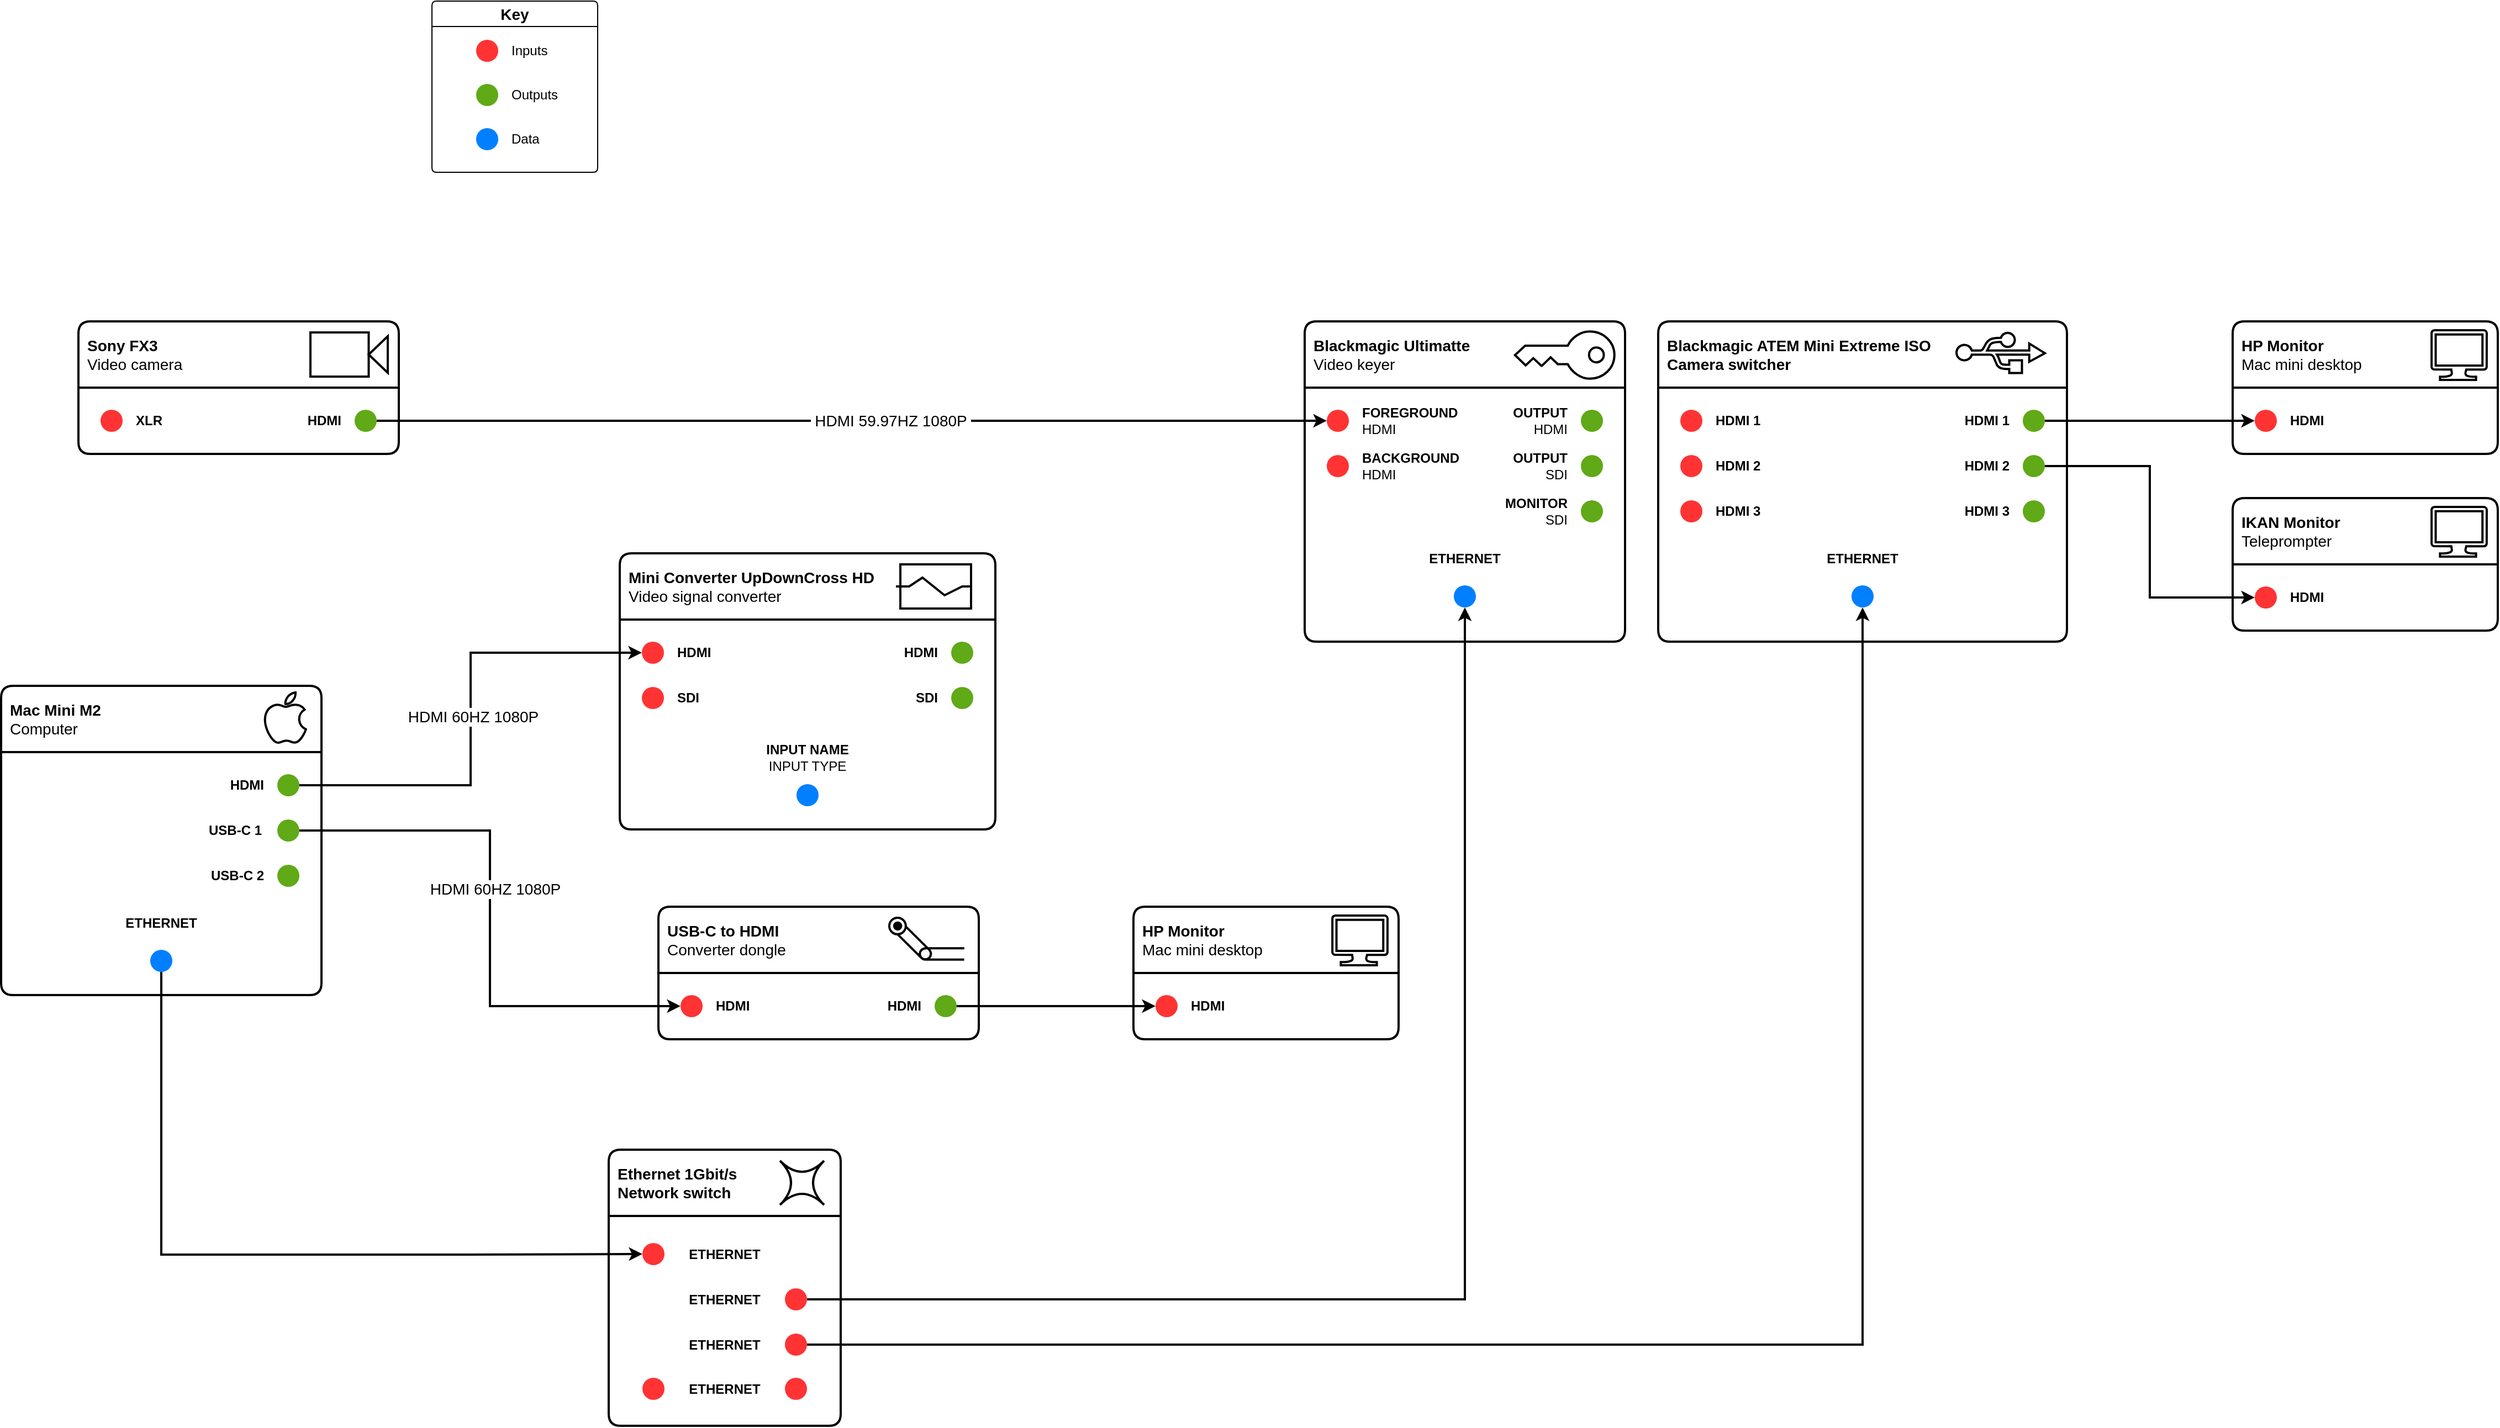
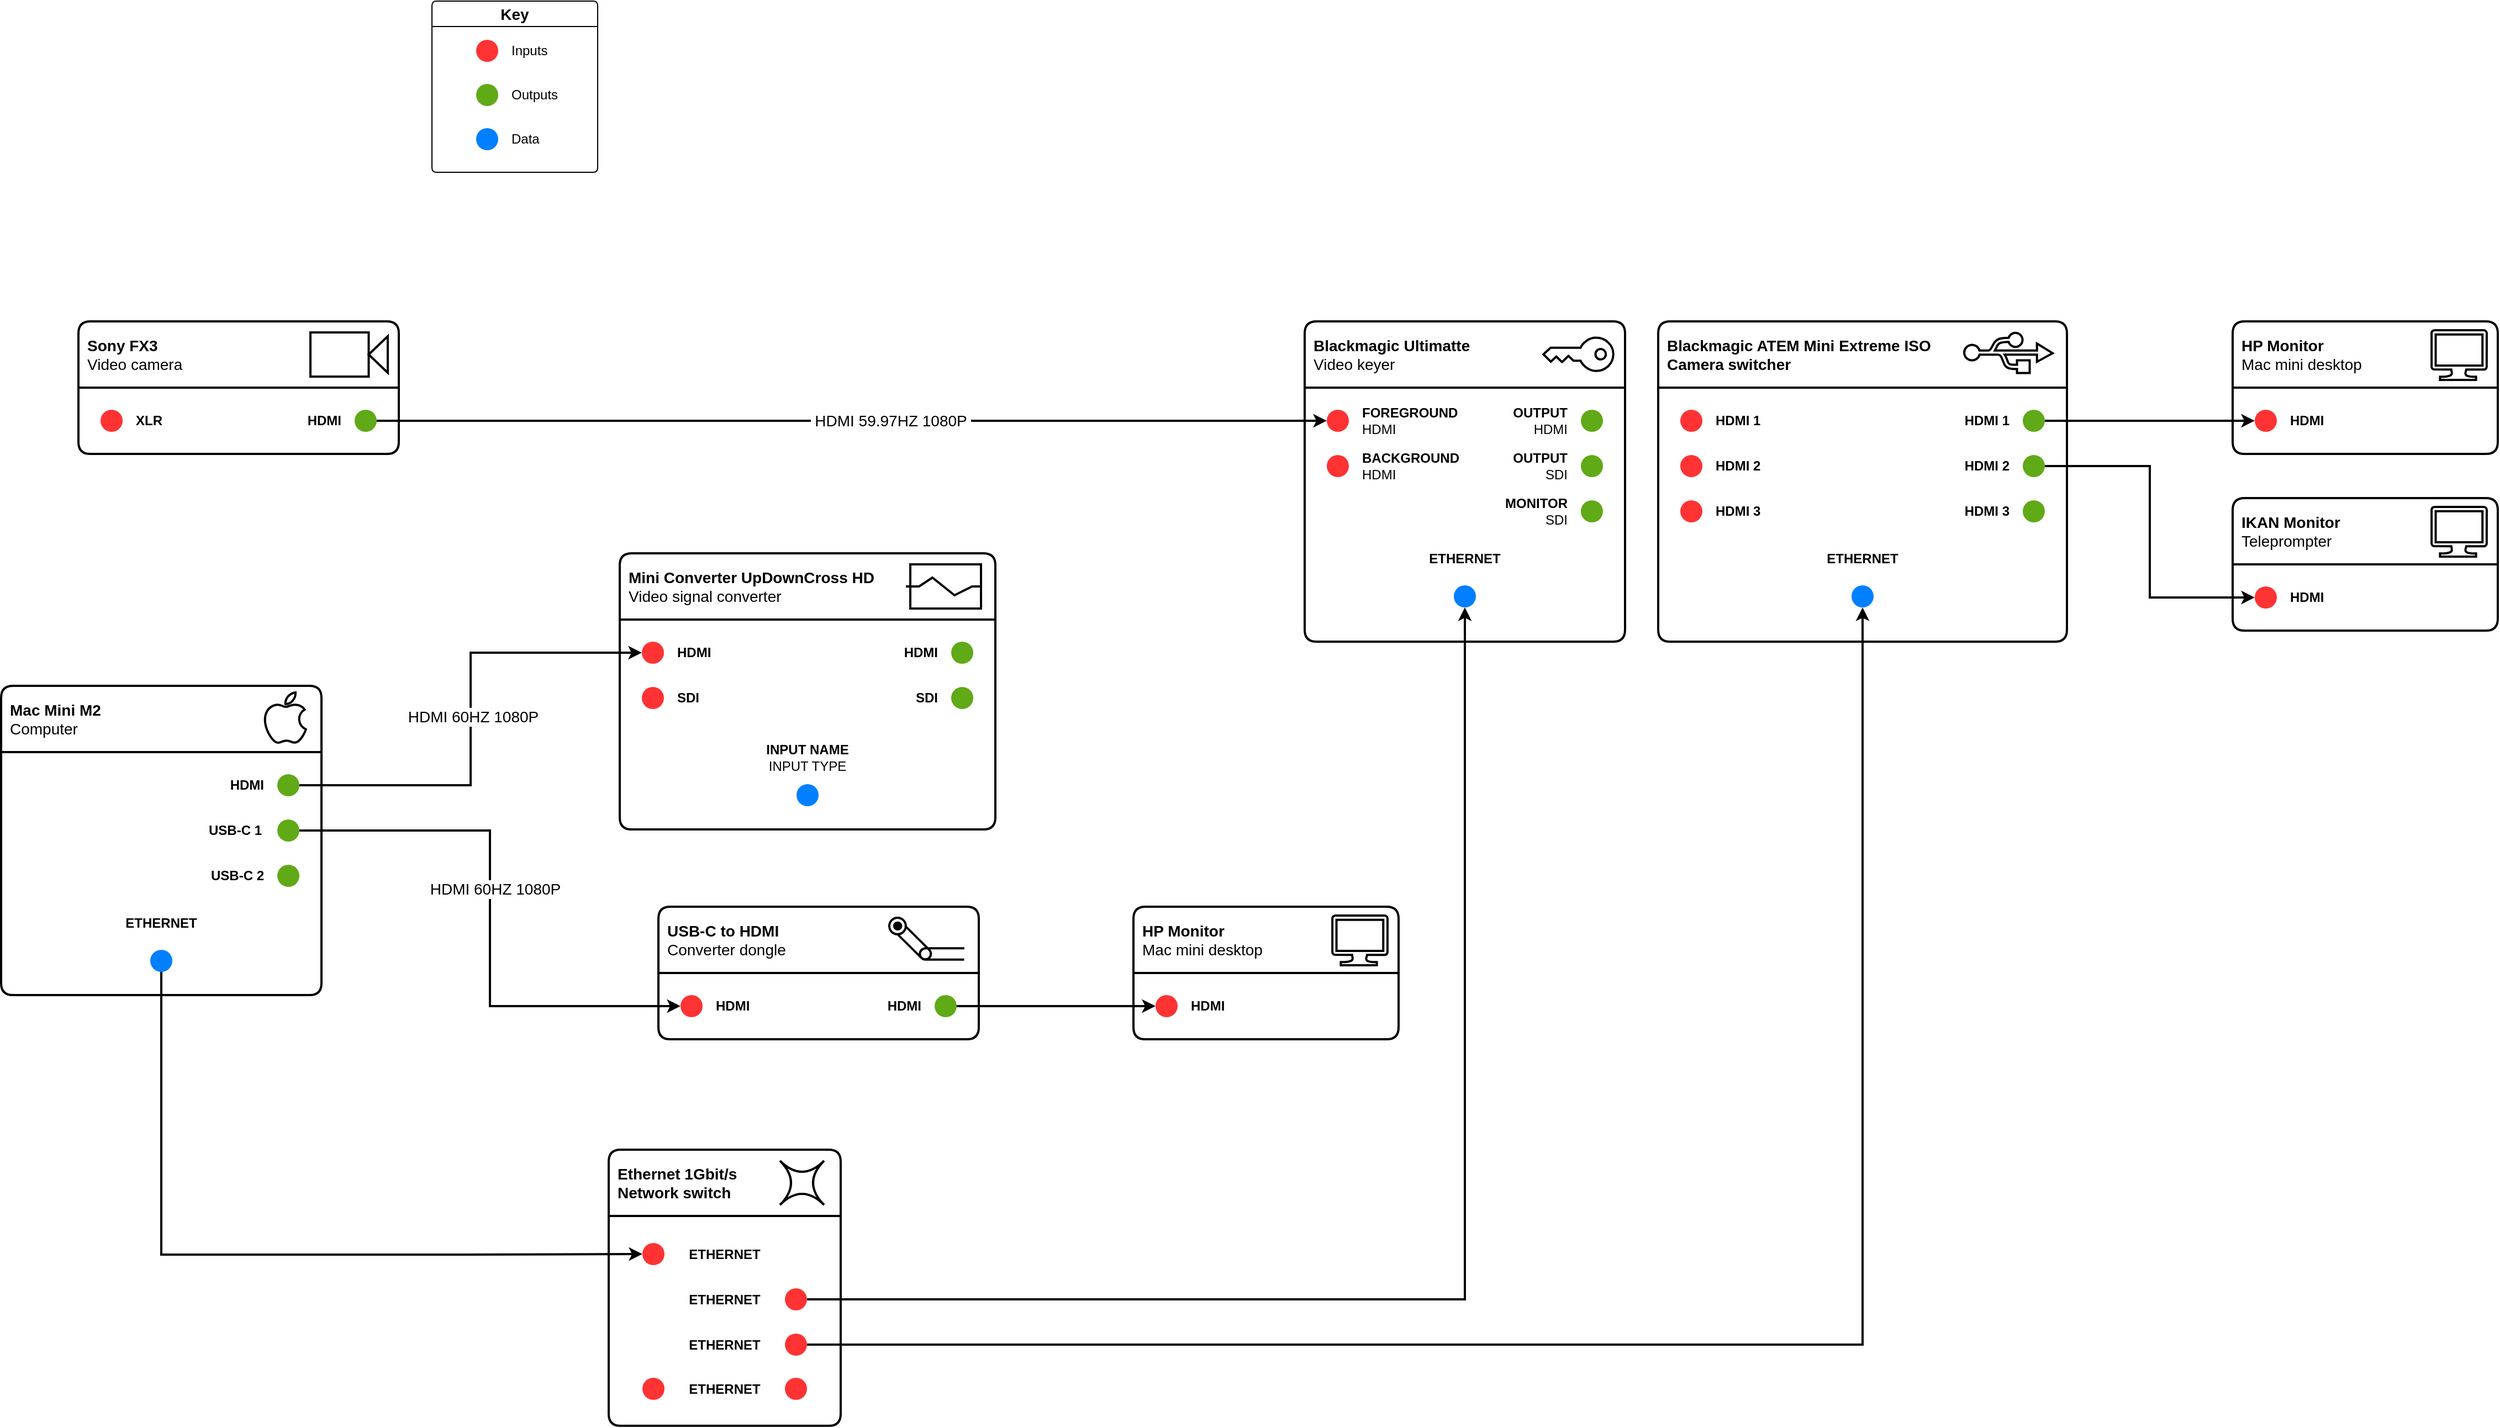
<mxfile host="app.diagrams.net">
  <diagram name="Page-1" id="FgFW1MfRpHRbAZnw0JzE">
-     <mxGraphModel dx="2376" dy="2315" grid="1" gridSize="10" guides="1" tooltips="1" connect="1" arrows="1" fold="1" page="0" pageScale="1" pageWidth="1654" pageHeight="1169" math="0" shadow="0">
+     <mxGraphModel dx="2968" dy="1716" grid="1" gridSize="10" guides="1" tooltips="1" connect="1" arrows="1" fold="1" page="0" pageScale="1" pageWidth="1654" pageHeight="1169" math="0" shadow="0">
      <root>
        <mxCell id="0" />
        <mxCell id="1" parent="0" />
        <UserObject label="&lt;div&gt;Sony FX3&lt;/div&gt;&lt;div&gt;&lt;span style=&quot;font-weight: normal;&quot;&gt;Video camera&lt;/span&gt;&lt;/div&gt;" link="https://www.sony.com.au/electronics/interchangeable-lens-cameras/ilme-fx3a" id="s20b6Gskkq0xSbLsb2Lf-1">
          <mxCell parent="1" style="swimlane;whiteSpace=wrap;html=1;startSize=60;perimeterSpacing=0;rounded=1;arcSize=6;align=left;spacingLeft=6;swimlaneFillColor=default;strokeWidth=2;fontSize=14;spacingBottom=0;" vertex="1">
            <mxGeometry height="120" width="290" x="-10" y="240" as="geometry">
              <mxRectangle height="60" width="200" x="330" y="280" as="alternateBounds" />
            </mxGeometry>
          </mxCell>
        </UserObject>
        <mxCell id="BUdtJf7oYrrgdLHHiytK-1" parent="s20b6Gskkq0xSbLsb2Lf-1" style="shape=mxgraph.signs.tech.video_camera;html=1;pointerEvents=1;fillColor=none;strokeColor=default;verticalLabelPosition=bottom;verticalAlign=top;align=center;strokeWidth=2;" value="" vertex="1">
          <mxGeometry height="40" width="70" x="210" y="10" as="geometry" />
        </mxCell>
        <mxCell id="BUdtJf7oYrrgdLHHiytK-2" parent="s20b6Gskkq0xSbLsb2Lf-1" style="ellipse;whiteSpace=wrap;html=1;aspect=fixed;strokeColor=none;fillColor=#60a917;fontColor=#ffffff;" value="" vertex="1">
          <mxGeometry height="20" width="20" x="250" y="80" as="geometry" />
        </mxCell>
        <mxCell id="BUdtJf7oYrrgdLHHiytK-13" parent="s20b6Gskkq0xSbLsb2Lf-1" style="ellipse;whiteSpace=wrap;html=1;aspect=fixed;strokeColor=none;fillColor=light-dark(#FF3333,#FF3333);fontColor=#ffffff;fillStyle=auto;" value="" vertex="1">
          <mxGeometry height="20" width="20" x="20" y="80" as="geometry" />
        </mxCell>
        <mxCell id="BUdtJf7oYrrgdLHHiytK-20" parent="s20b6Gskkq0xSbLsb2Lf-1" style="text;html=1;whiteSpace=wrap;strokeColor=none;fillColor=none;align=left;verticalAlign=middle;rounded=0;fontStyle=1" value="XLR" vertex="1">
          <mxGeometry height="14.5" width="30" x="50" y="82.75" as="geometry" />
        </mxCell>
        <mxCell id="BUdtJf7oYrrgdLHHiytK-21" parent="s20b6Gskkq0xSbLsb2Lf-1" style="text;html=1;whiteSpace=wrap;strokeColor=none;fillColor=none;align=right;verticalAlign=middle;rounded=0;" value="&lt;b&gt;HDMI&lt;/b&gt;" vertex="1">
          <mxGeometry height="14.5" width="40" x="200" y="82.75" as="geometry" />
        </mxCell>
        <mxCell id="BUdtJf7oYrrgdLHHiytK-123" parent="1" style="swimlane;whiteSpace=wrap;html=1;rounded=1;arcSize=6;swimlaneFillColor=default;fontSize=14;" value="Key" vertex="1">
          <mxGeometry height="155" width="150" x="310" y="-50" as="geometry" />
        </mxCell>
        <mxCell id="BUdtJf7oYrrgdLHHiytK-115" parent="BUdtJf7oYrrgdLHHiytK-123" style="ellipse;whiteSpace=wrap;html=1;aspect=fixed;strokeColor=none;fillColor=light-dark(#FF3333,#FF3333);fontColor=#ffffff;fillStyle=auto;" value="" vertex="1">
          <mxGeometry height="20" width="20" x="40" y="35" as="geometry" />
        </mxCell>
        <mxCell id="BUdtJf7oYrrgdLHHiytK-119" parent="BUdtJf7oYrrgdLHHiytK-123" style="text;html=1;whiteSpace=wrap;strokeColor=none;fillColor=none;align=left;verticalAlign=middle;rounded=0;" value="Inputs" vertex="1">
          <mxGeometry height="10" width="40" x="70" y="40" as="geometry" />
        </mxCell>
        <mxCell id="BUdtJf7oYrrgdLHHiytK-114" parent="BUdtJf7oYrrgdLHHiytK-123" style="ellipse;whiteSpace=wrap;html=1;aspect=fixed;strokeColor=none;fillColor=#60a917;fontColor=#ffffff;" value="" vertex="1">
          <mxGeometry height="20" width="20" x="40" y="75" as="geometry" />
        </mxCell>
        <mxCell id="BUdtJf7oYrrgdLHHiytK-120" parent="BUdtJf7oYrrgdLHHiytK-123" style="text;html=1;whiteSpace=wrap;strokeColor=none;fillColor=none;align=left;verticalAlign=middle;rounded=0;" value="Outputs" vertex="1">
          <mxGeometry height="10" width="40" x="70" y="80" as="geometry" />
        </mxCell>
        <mxCell id="BUdtJf7oYrrgdLHHiytK-116" parent="BUdtJf7oYrrgdLHHiytK-123" style="ellipse;whiteSpace=wrap;html=1;aspect=fixed;strokeColor=none;fillColor=#007FFF;fontColor=#ffffff;" value="" vertex="1">
          <mxGeometry height="20" width="20" x="40" y="115" as="geometry" />
        </mxCell>
        <mxCell id="BUdtJf7oYrrgdLHHiytK-121" parent="BUdtJf7oYrrgdLHHiytK-123" style="text;html=1;whiteSpace=wrap;strokeColor=none;fillColor=none;align=left;verticalAlign=middle;rounded=0;" value="Data" vertex="1">
          <mxGeometry height="10" width="40" x="70" y="120" as="geometry" />
        </mxCell>
        <UserObject label="&lt;div&gt;Blackmagic Ultimatte&lt;/div&gt;&lt;div&gt;&lt;span style=&quot;font-weight: normal;&quot;&gt;Video keyer&lt;/span&gt;&lt;/div&gt;" link="https://www.videocraft.com.au/products/blackmagic-design-ultimatte-12-hd-keyer-advanced-compositing-processor" id="BUdtJf7oYrrgdLHHiytK-160">
          <mxCell parent="1" style="swimlane;whiteSpace=wrap;html=1;startSize=60;perimeterSpacing=0;rounded=1;arcSize=6;align=left;spacingLeft=6;swimlaneFillColor=default;strokeWidth=2;fontSize=14;" vertex="1">
            <mxGeometry height="290" width="290" x="1100" y="240" as="geometry">
              <mxRectangle height="60" width="200" x="330" y="280" as="alternateBounds" />
            </mxGeometry>
          </mxCell>
        </UserObject>
        <mxCell id="BUdtJf7oYrrgdLHHiytK-162" parent="BUdtJf7oYrrgdLHHiytK-160" style="ellipse;whiteSpace=wrap;html=1;aspect=fixed;strokeColor=none;fillColor=#60a917;fontColor=#ffffff;" value="" vertex="1">
          <mxGeometry height="20" width="20" x="250" y="80" as="geometry" />
        </mxCell>
        <mxCell id="BUdtJf7oYrrgdLHHiytK-163" parent="BUdtJf7oYrrgdLHHiytK-160" style="ellipse;whiteSpace=wrap;html=1;aspect=fixed;strokeColor=none;fillColor=#60a917;fontColor=#ffffff;" value="" vertex="1">
          <mxGeometry height="20" width="20" x="250" y="121" as="geometry" />
        </mxCell>
        <mxCell id="BUdtJf7oYrrgdLHHiytK-164" parent="BUdtJf7oYrrgdLHHiytK-160" style="ellipse;whiteSpace=wrap;html=1;aspect=fixed;strokeColor=none;fillColor=#60a917;fontColor=#ffffff;" value="" vertex="1">
          <mxGeometry height="20" width="20" x="250" y="162" as="geometry" />
        </mxCell>
        <mxCell id="BUdtJf7oYrrgdLHHiytK-169" parent="BUdtJf7oYrrgdLHHiytK-160" style="ellipse;whiteSpace=wrap;html=1;aspect=fixed;strokeColor=none;fillColor=light-dark(#FF3333,#FF3333);fontColor=#ffffff;fillStyle=auto;" value="" vertex="1">
          <mxGeometry height="20" width="20" x="20" y="80" as="geometry" />
        </mxCell>
        <mxCell id="BUdtJf7oYrrgdLHHiytK-170" parent="BUdtJf7oYrrgdLHHiytK-160" style="ellipse;whiteSpace=wrap;html=1;aspect=fixed;strokeColor=none;fillColor=light-dark(#FF3333,#FF3333);fontColor=#ffffff;" value="" vertex="1">
          <mxGeometry height="20" width="20" x="20" y="121" as="geometry" />
        </mxCell>
        <mxCell id="BUdtJf7oYrrgdLHHiytK-176" parent="BUdtJf7oYrrgdLHHiytK-160" style="text;html=1;whiteSpace=wrap;strokeColor=none;fillColor=none;align=left;verticalAlign=middle;rounded=0;" value="&lt;div&gt;&lt;b&gt;FOREGROUND&lt;/b&gt;&lt;/div&gt;&lt;div&gt;HDMI&lt;/div&gt;" vertex="1">
          <mxGeometry height="29" width="90" x="50" y="75.5" as="geometry" />
        </mxCell>
        <mxCell id="BUdtJf7oYrrgdLHHiytK-177" parent="BUdtJf7oYrrgdLHHiytK-160" style="text;html=1;whiteSpace=wrap;strokeColor=none;fillColor=none;align=right;verticalAlign=middle;rounded=0;" value="&lt;div&gt;&lt;b&gt;OUTPUT&lt;/b&gt;&lt;/div&gt;&lt;div&gt;HDMI&lt;/div&gt;" vertex="1">
          <mxGeometry height="29" width="90" x="150" y="75.5" as="geometry" />
        </mxCell>
        <mxCell id="BUdtJf7oYrrgdLHHiytK-178" parent="BUdtJf7oYrrgdLHHiytK-160" style="text;html=1;whiteSpace=wrap;strokeColor=none;fillColor=none;align=left;verticalAlign=middle;rounded=0;" value="&lt;div&gt;&lt;b&gt;BACKGROUND&lt;/b&gt;&lt;/div&gt;&lt;div&gt;HDMI&lt;/div&gt;" vertex="1">
          <mxGeometry height="29" width="90" x="50" y="116.5" as="geometry" />
        </mxCell>
        <mxCell id="BUdtJf7oYrrgdLHHiytK-179" parent="BUdtJf7oYrrgdLHHiytK-160" style="text;html=1;whiteSpace=wrap;strokeColor=none;fillColor=none;align=right;verticalAlign=middle;rounded=0;" value="&lt;div&gt;&lt;b&gt;OUTPUT&lt;/b&gt;&lt;/div&gt;&lt;div&gt;SDI&lt;/div&gt;" vertex="1">
          <mxGeometry height="29" width="90" x="150" y="116.5" as="geometry" />
        </mxCell>
        <mxCell id="BUdtJf7oYrrgdLHHiytK-181" parent="BUdtJf7oYrrgdLHHiytK-160" style="text;html=1;whiteSpace=wrap;strokeColor=none;fillColor=none;align=right;verticalAlign=middle;rounded=0;" value="&lt;div&gt;&lt;b&gt;MONITOR&lt;/b&gt;&lt;/div&gt;&lt;div&gt;SDI&lt;/div&gt;" vertex="1">
          <mxGeometry height="29" width="90" x="150" y="157.5" as="geometry" />
        </mxCell>
        <mxCell id="BUdtJf7oYrrgdLHHiytK-194" parent="BUdtJf7oYrrgdLHHiytK-160" style="text;html=1;whiteSpace=wrap;strokeColor=none;fillColor=none;align=center;verticalAlign=middle;rounded=0;fontStyle=1" value="ETHERNET" vertex="1">
          <mxGeometry height="29" width="90" x="100" y="200" as="geometry" />
        </mxCell>
        <mxCell id="BUdtJf7oYrrgdLHHiytK-195" parent="BUdtJf7oYrrgdLHHiytK-160" style="ellipse;whiteSpace=wrap;html=1;aspect=fixed;strokeColor=none;fillColor=#007FFF;fontColor=#ffffff;" value="" vertex="1">
          <mxGeometry height="20" width="20" x="135" y="239" as="geometry" />
        </mxCell>
        <mxCell id="BUdtJf7oYrrgdLHHiytK-196" parent="BUdtJf7oYrrgdLHHiytK-160" style="sketch=0;pointerEvents=1;shadow=0;dashed=0;html=1;strokeColor=default;fillColor=none;labelPosition=center;verticalLabelPosition=bottom;verticalAlign=top;outlineConnect=0;align=center;shape=mxgraph.office.security.key_permissions;rotation=90;strokeWidth=2;" value="" vertex="1">
-           <mxGeometry height="90" width="42.75" x="214" y="-14.5" as="geometry" />
+           <mxGeometry height="63.31" width="30.07" x="232.69" y="-1.8099999999999996" as="geometry" />
        </mxCell>
        <mxCell id="BUdtJf7oYrrgdLHHiytK-197" edge="1" parent="1" source="BUdtJf7oYrrgdLHHiytK-2" style="edgeStyle=orthogonalEdgeStyle;rounded=0;orthogonalLoop=1;jettySize=auto;html=1;entryX=0;entryY=0.5;entryDx=0;entryDy=0;endArrow=classic;endFill=1;strokeWidth=2;" target="BUdtJf7oYrrgdLHHiytK-169">
          <mxGeometry relative="1" as="geometry" />
        </mxCell>
        <mxCell id="BUdtJf7oYrrgdLHHiytK-201" connectable="0" parent="BUdtJf7oYrrgdLHHiytK-197" style="edgeLabel;html=1;align=center;verticalAlign=middle;resizable=0;points=[];fontSize=14;" value="&amp;nbsp;HDMI 59.97HZ 1080P&amp;nbsp;" vertex="1">
          <mxGeometry relative="1" x="0.0813" as="geometry">
            <mxPoint as="offset" />
          </mxGeometry>
        </mxCell>
        <UserObject label="&lt;div&gt;Mac Mini M2&lt;/div&gt;&lt;div&gt;&lt;span style=&quot;font-weight: normal;&quot;&gt;Computer&lt;/span&gt;&lt;/div&gt;" link="https://support.apple.com/en-au/111837" id="BUdtJf7oYrrgdLHHiytK-202">
          <mxCell parent="1" style="swimlane;whiteSpace=wrap;html=1;startSize=60;perimeterSpacing=0;rounded=1;arcSize=6;align=left;spacingLeft=6;swimlaneFillColor=default;strokeWidth=2;fontSize=14;noLabel=0;" vertex="1">
            <mxGeometry height="280" width="290" x="-80" y="570" as="geometry">
              <mxRectangle height="60" width="200" x="330" y="280" as="alternateBounds" />
            </mxGeometry>
          </mxCell>
        </UserObject>
        <mxCell id="BUdtJf7oYrrgdLHHiytK-204" parent="BUdtJf7oYrrgdLHHiytK-202" style="ellipse;whiteSpace=wrap;html=1;aspect=fixed;strokeColor=none;fillColor=#60a917;fontColor=#ffffff;" value="" vertex="1">
          <mxGeometry height="20" width="20" x="250" y="80" as="geometry" />
        </mxCell>
        <mxCell id="BUdtJf7oYrrgdLHHiytK-205" parent="BUdtJf7oYrrgdLHHiytK-202" style="ellipse;whiteSpace=wrap;html=1;aspect=fixed;strokeColor=none;fillColor=#60a917;fontColor=#ffffff;" value="" vertex="1">
          <mxGeometry height="20" width="20" x="250" y="121" as="geometry" />
        </mxCell>
        <mxCell id="BUdtJf7oYrrgdLHHiytK-206" parent="BUdtJf7oYrrgdLHHiytK-202" style="ellipse;whiteSpace=wrap;html=1;aspect=fixed;strokeColor=none;fillColor=#60a917;fontColor=#ffffff;" value="" vertex="1">
          <mxGeometry height="20" width="20" x="250" y="162" as="geometry" />
        </mxCell>
        <mxCell id="BUdtJf7oYrrgdLHHiytK-219" parent="BUdtJf7oYrrgdLHHiytK-202" style="text;html=1;whiteSpace=wrap;strokeColor=none;fillColor=none;align=right;verticalAlign=middle;rounded=0;" value="&lt;b&gt;HDMI&lt;/b&gt;" vertex="1">
          <mxGeometry height="14.5" width="40" x="200" y="82.75" as="geometry" />
        </mxCell>
        <mxCell id="BUdtJf7oYrrgdLHHiytK-221" parent="BUdtJf7oYrrgdLHHiytK-202" style="text;html=1;whiteSpace=wrap;strokeColor=none;fillColor=none;align=right;verticalAlign=middle;rounded=0;fontStyle=1" value="USB-C 1" vertex="1">
          <mxGeometry height="13.5" width="50" x="188.08" y="124.25" as="geometry" />
        </mxCell>
        <mxCell id="BUdtJf7oYrrgdLHHiytK-236" parent="BUdtJf7oYrrgdLHHiytK-202" style="text;html=1;whiteSpace=wrap;strokeColor=none;fillColor=none;align=center;verticalAlign=middle;rounded=0;fontStyle=1" value="ETHERNET" vertex="1">
          <mxGeometry height="29" width="90" x="100" y="200" as="geometry" />
        </mxCell>
        <mxCell id="BUdtJf7oYrrgdLHHiytK-237" parent="BUdtJf7oYrrgdLHHiytK-202" style="ellipse;whiteSpace=wrap;html=1;aspect=fixed;strokeColor=none;fillColor=#007FFF;fontColor=#ffffff;" value="" vertex="1">
          <mxGeometry height="20" width="20" x="135" y="239" as="geometry" />
        </mxCell>
        <mxCell id="BUdtJf7oYrrgdLHHiytK-238" parent="BUdtJf7oYrrgdLHHiytK-202" style="dashed=0;outlineConnect=0;html=1;align=center;labelPosition=center;verticalLabelPosition=bottom;verticalAlign=top;shape=mxgraph.weblogos.apple;fillColor=none;strokeColor=default;strokeWidth=2;" value="" vertex="1">
          <mxGeometry height="46.2" width="37.83" x="238.07999999999998" y="6" as="geometry" />
        </mxCell>
        <mxCell id="BUdtJf7oYrrgdLHHiytK-240" parent="BUdtJf7oYrrgdLHHiytK-202" style="text;html=1;whiteSpace=wrap;strokeColor=none;fillColor=none;align=right;verticalAlign=middle;rounded=0;fontStyle=1" value="USB-C 2" vertex="1">
          <mxGeometry height="13.5" width="50" x="189.99999999999997" y="165.25" as="geometry" />
        </mxCell>
        <UserObject label="&lt;div&gt;Mini Converter UpDownCross HD&lt;/div&gt;&lt;div&gt;&lt;span style=&quot;font-weight: normal;&quot;&gt;Video signal converter&lt;/span&gt;&lt;/div&gt;" link="https://proavexpress.com.au/blackmagic-mini-converter-up-down-cross-hd/" id="BUdtJf7oYrrgdLHHiytK-243">
          <mxCell parent="1" style="swimlane;whiteSpace=wrap;html=1;startSize=60;perimeterSpacing=0;rounded=1;arcSize=6;align=left;spacingLeft=6;swimlaneFillColor=default;strokeWidth=2;fontSize=14;" vertex="1">
            <mxGeometry height="250" width="340" x="480" y="450" as="geometry">
              <mxRectangle height="60" width="200" x="330" y="280" as="alternateBounds" />
            </mxGeometry>
          </mxCell>
        </UserObject>
        <mxCell id="BUdtJf7oYrrgdLHHiytK-245" parent="BUdtJf7oYrrgdLHHiytK-243" style="ellipse;whiteSpace=wrap;html=1;aspect=fixed;strokeColor=none;fillColor=#60a917;fontColor=#ffffff;" value="" vertex="1">
          <mxGeometry height="20" width="20" x="300" y="80" as="geometry" />
        </mxCell>
        <mxCell id="BUdtJf7oYrrgdLHHiytK-246" parent="BUdtJf7oYrrgdLHHiytK-243" style="ellipse;whiteSpace=wrap;html=1;aspect=fixed;strokeColor=none;fillColor=#60a917;fontColor=#ffffff;" value="" vertex="1">
          <mxGeometry height="20" width="20" x="300" y="121" as="geometry" />
        </mxCell>
        <mxCell id="BUdtJf7oYrrgdLHHiytK-252" parent="BUdtJf7oYrrgdLHHiytK-243" style="ellipse;whiteSpace=wrap;html=1;aspect=fixed;strokeColor=none;fillColor=light-dark(#FF3333,#FF3333);fontColor=#ffffff;fillStyle=auto;" value="" vertex="1">
          <mxGeometry height="20" width="20" x="20" y="80" as="geometry" />
        </mxCell>
        <mxCell id="BUdtJf7oYrrgdLHHiytK-253" parent="BUdtJf7oYrrgdLHHiytK-243" style="ellipse;whiteSpace=wrap;html=1;aspect=fixed;strokeColor=none;fillColor=light-dark(#FF3333,#FF3333);fontColor=#ffffff;" value="" vertex="1">
          <mxGeometry height="20" width="20" x="20" y="121" as="geometry" />
        </mxCell>
        <mxCell id="BUdtJf7oYrrgdLHHiytK-259" parent="BUdtJf7oYrrgdLHHiytK-243" style="text;html=1;whiteSpace=wrap;strokeColor=none;fillColor=none;align=left;verticalAlign=middle;rounded=0;fontStyle=1" value="HDMI" vertex="1">
          <mxGeometry height="10" width="50" x="50" y="85" as="geometry" />
        </mxCell>
        <mxCell id="BUdtJf7oYrrgdLHHiytK-260" parent="BUdtJf7oYrrgdLHHiytK-243" style="text;html=1;whiteSpace=wrap;strokeColor=none;fillColor=none;align=right;verticalAlign=middle;rounded=0;fontStyle=1" value="HDMI" vertex="1">
          <mxGeometry height="10" width="70" x="220" y="85" as="geometry" />
        </mxCell>
        <mxCell id="BUdtJf7oYrrgdLHHiytK-277" parent="BUdtJf7oYrrgdLHHiytK-243" style="text;html=1;whiteSpace=wrap;strokeColor=none;fillColor=none;align=center;verticalAlign=middle;rounded=0;" value="&lt;div&gt;&lt;b&gt;INPUT NAME&lt;/b&gt;&lt;/div&gt;&lt;div&gt;INPUT TYPE&lt;/div&gt;" vertex="1">
          <mxGeometry height="29" width="90" x="125" y="170" as="geometry" />
        </mxCell>
        <mxCell id="BUdtJf7oYrrgdLHHiytK-278" parent="BUdtJf7oYrrgdLHHiytK-243" style="ellipse;whiteSpace=wrap;html=1;aspect=fixed;strokeColor=none;fillColor=#007FFF;fontColor=#ffffff;" value="" vertex="1">
          <mxGeometry height="20" width="20" x="160" y="209" as="geometry" />
        </mxCell>
        <mxCell id="BUdtJf7oYrrgdLHHiytK-279" parent="BUdtJf7oYrrgdLHHiytK-243" style="shape=mxgraph.pid.mixers.kneader;html=1;pointerEvents=1;align=center;verticalLabelPosition=bottom;verticalAlign=top;dashed=0;fillColor=none;strokeWidth=2;" value="" vertex="1">
-           <mxGeometry height="40" width="68" x="250" y="10" as="geometry" />
+           <mxGeometry height="40" width="68" x="259" y="10" as="geometry" />
        </mxCell>
        <mxCell id="BUdtJf7oYrrgdLHHiytK-280" parent="BUdtJf7oYrrgdLHHiytK-243" style="text;html=1;whiteSpace=wrap;strokeColor=none;fillColor=none;align=left;verticalAlign=middle;rounded=0;fontStyle=1" value="SDI" vertex="1">
          <mxGeometry height="10" width="50" x="50" y="126" as="geometry" />
        </mxCell>
        <mxCell id="BUdtJf7oYrrgdLHHiytK-281" parent="BUdtJf7oYrrgdLHHiytK-243" style="text;html=1;whiteSpace=wrap;strokeColor=none;fillColor=none;align=right;verticalAlign=middle;rounded=0;fontStyle=1" value="SDI" vertex="1">
          <mxGeometry height="10" width="70" x="220" y="126" as="geometry" />
        </mxCell>
        <mxCell id="BUdtJf7oYrrgdLHHiytK-282" edge="1" parent="1" source="BUdtJf7oYrrgdLHHiytK-204" style="edgeStyle=orthogonalEdgeStyle;rounded=0;orthogonalLoop=1;jettySize=auto;html=1;entryX=0;entryY=0.5;entryDx=0;entryDy=0;fontFamily=Helvetica;fontSize=14;fontColor=default;labelBackgroundColor=default;resizable=0;strokeWidth=2;" target="BUdtJf7oYrrgdLHHiytK-252">
          <mxGeometry relative="1" as="geometry" />
        </mxCell>
        <mxCell id="BUdtJf7oYrrgdLHHiytK-283" connectable="0" parent="BUdtJf7oYrrgdLHHiytK-282" style="edgeLabel;html=1;align=center;verticalAlign=middle;resizable=0;points=[];fontFamily=Helvetica;fontSize=14;fontColor=default;labelBackgroundColor=default;" value="&amp;nbsp;HDMI 60HZ 1080P&amp;nbsp;" vertex="1">
          <mxGeometry relative="1" x="0.0203" y="2" as="geometry">
            <mxPoint x="4" y="2" as="offset" />
          </mxGeometry>
        </mxCell>
        <UserObject label="&lt;div&gt;USB-C to HDMI&lt;/div&gt;&lt;div&gt;&lt;span style=&quot;font-weight: normal;&quot;&gt;Converter dongle&lt;/span&gt;&lt;/div&gt;" id="BUdtJf7oYrrgdLHHiytK-284">
          <mxCell parent="1" style="swimlane;whiteSpace=wrap;html=1;startSize=60;perimeterSpacing=0;rounded=1;arcSize=6;align=left;spacingLeft=6;swimlaneFillColor=default;strokeWidth=2;fontSize=14;" vertex="1">
            <mxGeometry height="120" width="290" x="515" y="770" as="geometry">
              <mxRectangle height="60" width="200" x="330" y="280" as="alternateBounds" />
            </mxGeometry>
          </mxCell>
        </UserObject>
        <mxCell id="BUdtJf7oYrrgdLHHiytK-285" parent="BUdtJf7oYrrgdLHHiytK-284" style="ellipse;whiteSpace=wrap;html=1;aspect=fixed;strokeColor=none;fillColor=#60a917;fontColor=#ffffff;" value="" vertex="1">
          <mxGeometry height="20" width="20" x="250" y="80" as="geometry" />
        </mxCell>
        <mxCell id="BUdtJf7oYrrgdLHHiytK-288" parent="BUdtJf7oYrrgdLHHiytK-284" style="text;html=1;whiteSpace=wrap;strokeColor=none;fillColor=none;align=right;verticalAlign=middle;rounded=0;" value="&lt;b&gt;HDMI&lt;/b&gt;" vertex="1">
          <mxGeometry height="14.5" width="70" x="170" y="82.75" as="geometry" />
        </mxCell>
        <mxCell id="BUdtJf7oYrrgdLHHiytK-297" parent="BUdtJf7oYrrgdLHHiytK-284" style="ellipse;whiteSpace=wrap;html=1;aspect=fixed;strokeColor=none;fillColor=light-dark(#FF3333,#FF3333);fontColor=#ffffff;fillStyle=auto;" value="" vertex="1">
          <mxGeometry height="20" width="20" x="20" y="80" as="geometry" />
        </mxCell>
        <mxCell id="BUdtJf7oYrrgdLHHiytK-298" parent="BUdtJf7oYrrgdLHHiytK-284" style="text;html=1;whiteSpace=wrap;strokeColor=none;fillColor=none;align=left;verticalAlign=middle;rounded=0;fontStyle=1" value="HDMI" vertex="1">
          <mxGeometry height="10" width="50" x="50" y="85" as="geometry" />
        </mxCell>
        <mxCell id="BUdtJf7oYrrgdLHHiytK-295" parent="BUdtJf7oYrrgdLHHiytK-284" style="verticalLabelPosition=bottom;aspect=fixed;html=1;verticalAlign=top;fillColor=strokeColor;align=center;outlineConnect=0;shape=mxgraph.fluid_power.x10060;points=[[1,0.72,0],[1,1,0]];strokeWidth=2;" value="" vertex="1">
          <mxGeometry height="38.38" width="67.9" x="209" y="10" as="geometry" />
        </mxCell>
        <mxCell id="BUdtJf7oYrrgdLHHiytK-299" edge="1" parent="1" source="BUdtJf7oYrrgdLHHiytK-205" style="edgeStyle=orthogonalEdgeStyle;shape=connector;rounded=0;orthogonalLoop=1;jettySize=auto;html=1;entryX=0;entryY=0.5;entryDx=0;entryDy=0;strokeColor=default;strokeWidth=2;align=center;verticalAlign=middle;fontFamily=Helvetica;fontSize=11;fontColor=default;labelBackgroundColor=default;endArrow=classic;endFill=1;" target="BUdtJf7oYrrgdLHHiytK-297">
          <mxGeometry relative="1" as="geometry" />
        </mxCell>
        <mxCell id="BUdtJf7oYrrgdLHHiytK-300" connectable="0" parent="BUdtJf7oYrrgdLHHiytK-299" style="edgeLabel;html=1;align=center;verticalAlign=middle;resizable=0;points=[];fontFamily=Helvetica;fontSize=14;fontColor=default;labelBackgroundColor=default;" value="&amp;nbsp;HDMI 60HZ 1080P&amp;nbsp;" vertex="1">
          <mxGeometry relative="1" x="-0.1035" y="4" as="geometry">
            <mxPoint y="-1" as="offset" />
          </mxGeometry>
        </mxCell>
        <UserObject label="&lt;div&gt;Ethernet 1Gbit/s&lt;/div&gt;&lt;div&gt;Network switch&lt;/div&gt;" id="BUdtJf7oYrrgdLHHiytK-301">
          <mxCell parent="1" style="swimlane;whiteSpace=wrap;html=1;startSize=60;perimeterSpacing=0;rounded=1;arcSize=6;align=left;spacingLeft=6;swimlaneFillColor=default;strokeWidth=2;fontSize=14;" vertex="1">
            <mxGeometry height="250" width="210" x="470" y="990" as="geometry">
              <mxRectangle height="60" width="200" x="330" y="280" as="alternateBounds" />
            </mxGeometry>
          </mxCell>
        </UserObject>
        <mxCell id="BUdtJf7oYrrgdLHHiytK-310" parent="BUdtJf7oYrrgdLHHiytK-301" style="ellipse;whiteSpace=wrap;html=1;aspect=fixed;strokeColor=none;fillColor=light-dark(#FF3333,#007FFF);fontColor=light-dark(#FFFFFF,#007FFF);fillStyle=auto;" value="" vertex="1">
          <mxGeometry height="20" width="20" x="30.5" y="84.5" as="geometry" />
        </mxCell>
        <mxCell id="BUdtJf7oYrrgdLHHiytK-313" parent="BUdtJf7oYrrgdLHHiytK-301" style="ellipse;whiteSpace=wrap;html=1;aspect=fixed;strokeColor=none;fillColor=light-dark(#FF3333,#007FFF);fontColor=light-dark(#FFFFFF,#007FFF);" value="" vertex="1">
          <mxGeometry height="20" width="20" x="30.5" y="206.5" as="geometry" />
        </mxCell>
        <mxCell id="BUdtJf7oYrrgdLHHiytK-317" parent="BUdtJf7oYrrgdLHHiytK-301" style="text;html=1;whiteSpace=wrap;strokeColor=none;fillColor=none;align=center;verticalAlign=middle;rounded=0;fontStyle=1" value="ETHERNET" vertex="1">
          <mxGeometry height="10" width="70" x="70" y="89.5" as="geometry" />
        </mxCell>
        <mxCell id="BUdtJf7oYrrgdLHHiytK-337" parent="BUdtJf7oYrrgdLHHiytK-301" style="shape=switch;whiteSpace=wrap;html=1;fontFamily=Helvetica;fontSize=11;fontColor=default;labelBackgroundColor=default;strokeWidth=2;" value="" vertex="1">
          <mxGeometry height="40" width="40" x="155" y="10" as="geometry" />
        </mxCell>
        <mxCell id="BUdtJf7oYrrgdLHHiytK-340" parent="BUdtJf7oYrrgdLHHiytK-301" style="ellipse;whiteSpace=wrap;html=1;aspect=fixed;strokeColor=none;fillColor=light-dark(#FF3333,#007FFF);fontColor=#ffffff;" value="" vertex="1">
          <mxGeometry height="20" width="20" x="159.5" y="125.5" as="geometry" />
        </mxCell>
        <mxCell id="BUdtJf7oYrrgdLHHiytK-341" parent="BUdtJf7oYrrgdLHHiytK-301" style="ellipse;whiteSpace=wrap;html=1;aspect=fixed;strokeColor=none;fillColor=light-dark(#FF3333,#007FFF);fontColor=#ffffff;" value="" vertex="1">
          <mxGeometry height="20" width="20" x="159.5" y="166.5" as="geometry" />
        </mxCell>
        <mxCell id="BUdtJf7oYrrgdLHHiytK-342" parent="BUdtJf7oYrrgdLHHiytK-301" style="ellipse;whiteSpace=wrap;html=1;aspect=fixed;strokeColor=none;fillColor=light-dark(#FF3333,#007FFF);fontColor=#ffffff;" value="" vertex="1">
          <mxGeometry height="20" width="20" x="159.5" y="206.5" as="geometry" />
        </mxCell>
        <mxCell id="BUdtJf7oYrrgdLHHiytK-347" parent="BUdtJf7oYrrgdLHHiytK-301" style="text;html=1;whiteSpace=wrap;strokeColor=none;fillColor=none;align=center;verticalAlign=middle;rounded=0;fontStyle=1" value="ETHERNET" vertex="1">
          <mxGeometry height="10" width="70" x="70" y="130.5" as="geometry" />
        </mxCell>
        <mxCell id="BUdtJf7oYrrgdLHHiytK-348" parent="BUdtJf7oYrrgdLHHiytK-301" style="text;html=1;whiteSpace=wrap;strokeColor=none;fillColor=none;align=center;verticalAlign=middle;rounded=0;fontStyle=1" value="ETHERNET" vertex="1">
          <mxGeometry height="10" width="70" x="70" y="171.5" as="geometry" />
        </mxCell>
        <mxCell id="BUdtJf7oYrrgdLHHiytK-349" parent="BUdtJf7oYrrgdLHHiytK-301" style="text;html=1;whiteSpace=wrap;strokeColor=none;fillColor=none;align=center;verticalAlign=middle;rounded=0;fontStyle=1" value="ETHERNET" vertex="1">
          <mxGeometry height="10" width="70" x="70" y="211.5" as="geometry" />
        </mxCell>
        <mxCell id="BUdtJf7oYrrgdLHHiytK-354" edge="1" parent="1" source="BUdtJf7oYrrgdLHHiytK-237" style="edgeStyle=orthogonalEdgeStyle;shape=connector;rounded=0;orthogonalLoop=1;jettySize=auto;html=1;entryX=0;entryY=0.5;entryDx=0;entryDy=0;strokeColor=default;strokeWidth=2;align=center;verticalAlign=middle;fontFamily=Helvetica;fontSize=14;fontColor=default;labelBackgroundColor=default;resizable=0;endArrow=classic;endFill=1;" target="BUdtJf7oYrrgdLHHiytK-310">
          <mxGeometry relative="1" as="geometry">
            <Array as="points">
              <mxPoint x="65" y="1085" />
              <mxPoint x="340" y="1085" />
            </Array>
          </mxGeometry>
        </mxCell>
        <UserObject label="&lt;div&gt;Blackmagic ATEM Mini Extreme ISO&lt;/div&gt;Camera switcher" link="https://www.videocraft.com.au/products/blackmagic-design-atem-mini-extreme-iso-live-streaming-camera-switcher" id="BUdtJf7oYrrgdLHHiytK-355">
          <mxCell parent="1" style="swimlane;whiteSpace=wrap;html=1;startSize=60;perimeterSpacing=0;rounded=1;arcSize=6;align=left;spacingLeft=6;swimlaneFillColor=default;strokeWidth=2;fontSize=14;" vertex="1">
            <mxGeometry height="290" width="370" x="1420" y="240" as="geometry">
              <mxRectangle height="60" width="200" x="330" y="280" as="alternateBounds" />
            </mxGeometry>
          </mxCell>
        </UserObject>
        <mxCell id="BUdtJf7oYrrgdLHHiytK-357" parent="BUdtJf7oYrrgdLHHiytK-355" style="ellipse;whiteSpace=wrap;html=1;aspect=fixed;strokeColor=none;fillColor=#60a917;fontColor=#ffffff;" value="" vertex="1">
          <mxGeometry height="20" width="20" x="330" y="80" as="geometry" />
        </mxCell>
        <mxCell id="BUdtJf7oYrrgdLHHiytK-358" parent="BUdtJf7oYrrgdLHHiytK-355" style="ellipse;whiteSpace=wrap;html=1;aspect=fixed;strokeColor=none;fillColor=#60a917;fontColor=#ffffff;" value="" vertex="1">
          <mxGeometry height="20" width="20" x="330" y="121" as="geometry" />
        </mxCell>
        <mxCell id="BUdtJf7oYrrgdLHHiytK-359" parent="BUdtJf7oYrrgdLHHiytK-355" style="ellipse;whiteSpace=wrap;html=1;aspect=fixed;strokeColor=none;fillColor=#60a917;fontColor=#ffffff;" value="" vertex="1">
          <mxGeometry height="20" width="20" x="330" y="162" as="geometry" />
        </mxCell>
        <mxCell id="BUdtJf7oYrrgdLHHiytK-364" parent="BUdtJf7oYrrgdLHHiytK-355" style="ellipse;whiteSpace=wrap;html=1;aspect=fixed;strokeColor=none;fillColor=light-dark(#FF3333,#FF3333);fontColor=#ffffff;fillStyle=auto;" value="" vertex="1">
          <mxGeometry height="20" width="20" x="20" y="80" as="geometry" />
        </mxCell>
        <mxCell id="BUdtJf7oYrrgdLHHiytK-365" parent="BUdtJf7oYrrgdLHHiytK-355" style="ellipse;whiteSpace=wrap;html=1;aspect=fixed;strokeColor=none;fillColor=light-dark(#FF3333,#FF3333);fontColor=#ffffff;" value="" vertex="1">
          <mxGeometry height="20" width="20" x="20" y="121" as="geometry" />
        </mxCell>
        <mxCell id="BUdtJf7oYrrgdLHHiytK-366" parent="BUdtJf7oYrrgdLHHiytK-355" style="ellipse;whiteSpace=wrap;html=1;aspect=fixed;strokeColor=none;fillColor=light-dark(#FF3333,#FF3333);fontColor=#ffffff;" value="" vertex="1">
          <mxGeometry height="20" width="20" x="20" y="162" as="geometry" />
        </mxCell>
        <mxCell id="BUdtJf7oYrrgdLHHiytK-371" parent="BUdtJf7oYrrgdLHHiytK-355" style="text;html=1;whiteSpace=wrap;strokeColor=none;fillColor=none;align=left;verticalAlign=middle;rounded=0;fontStyle=1" value="HDMI 1" vertex="1">
          <mxGeometry height="14.5" width="50" x="50" y="82.75" as="geometry" />
        </mxCell>
        <mxCell id="BUdtJf7oYrrgdLHHiytK-372" parent="BUdtJf7oYrrgdLHHiytK-355" style="text;html=1;whiteSpace=wrap;strokeColor=none;fillColor=none;align=right;verticalAlign=middle;rounded=0;fontStyle=1" value="HDMI 1" vertex="1">
          <mxGeometry height="14.5" width="50" x="270" y="82.75" as="geometry" />
        </mxCell>
        <mxCell id="BUdtJf7oYrrgdLHHiytK-389" parent="BUdtJf7oYrrgdLHHiytK-355" style="text;html=1;whiteSpace=wrap;strokeColor=none;fillColor=none;align=center;verticalAlign=middle;rounded=0;fontStyle=1" value="ETHERNET" vertex="1">
          <mxGeometry height="29" width="90" x="140" y="200" as="geometry" />
        </mxCell>
        <mxCell id="BUdtJf7oYrrgdLHHiytK-390" parent="BUdtJf7oYrrgdLHHiytK-355" style="ellipse;whiteSpace=wrap;html=1;aspect=fixed;strokeColor=none;fillColor=#007FFF;fontColor=#ffffff;" value="" vertex="1">
          <mxGeometry height="20" width="20" x="175" y="239" as="geometry" />
        </mxCell>
        <mxCell id="BUdtJf7oYrrgdLHHiytK-393" parent="BUdtJf7oYrrgdLHHiytK-355" style="sketch=0;aspect=fixed;pointerEvents=1;shadow=0;dashed=0;html=1;strokeColor=default;labelPosition=center;verticalLabelPosition=bottom;verticalAlign=top;align=center;fillColor=none;shape=mxgraph.mscae.enterprise.usb;fontFamily=Helvetica;fontSize=11;fontColor=default;labelBackgroundColor=default;strokeWidth=2;" value="" vertex="1">
-           <mxGeometry height="36.8" width="80" x="269.9999999999998" y="10" as="geometry" />
+           <mxGeometry height="36.8" width="80" x="276.9999999999998" y="10" as="geometry" />
        </mxCell>
        <mxCell id="BUdtJf7oYrrgdLHHiytK-409" parent="BUdtJf7oYrrgdLHHiytK-355" style="text;html=1;whiteSpace=wrap;strokeColor=none;fillColor=none;align=left;verticalAlign=middle;rounded=0;fontStyle=1" value="HDMI 2" vertex="1">
          <mxGeometry height="14.5" width="50" x="50" y="123.75" as="geometry" />
        </mxCell>
        <mxCell id="BUdtJf7oYrrgdLHHiytK-410" parent="BUdtJf7oYrrgdLHHiytK-355" style="text;html=1;whiteSpace=wrap;strokeColor=none;fillColor=none;align=left;verticalAlign=middle;rounded=0;fontStyle=1" value="HDMI 3" vertex="1">
          <mxGeometry height="14.5" width="50" x="50" y="164.75" as="geometry" />
        </mxCell>
        <mxCell id="BUdtJf7oYrrgdLHHiytK-411" parent="BUdtJf7oYrrgdLHHiytK-355" style="text;html=1;whiteSpace=wrap;strokeColor=none;fillColor=none;align=right;verticalAlign=middle;rounded=0;fontStyle=1" value="HDMI 2" vertex="1">
          <mxGeometry height="14.5" width="50" x="270" y="123.75" as="geometry" />
        </mxCell>
        <mxCell id="BUdtJf7oYrrgdLHHiytK-412" parent="BUdtJf7oYrrgdLHHiytK-355" style="text;html=1;whiteSpace=wrap;strokeColor=none;fillColor=none;align=right;verticalAlign=middle;rounded=0;fontStyle=1" value="HDMI 3" vertex="1">
          <mxGeometry height="14.5" width="50" x="270" y="164.75" as="geometry" />
        </mxCell>
        <UserObject label="&lt;div&gt;HP Monitor&lt;/div&gt;&lt;div&gt;&lt;span style=&quot;font-weight: normal;&quot;&gt;Mac mini desktop&lt;/span&gt;&lt;/div&gt;" id="BUdtJf7oYrrgdLHHiytK-394">
          <mxCell parent="1" style="swimlane;whiteSpace=wrap;html=1;startSize=60;perimeterSpacing=0;rounded=1;arcSize=6;align=left;spacingLeft=6;swimlaneFillColor=default;strokeWidth=2;fontSize=14;" vertex="1">
            <mxGeometry height="120" width="240" x="945" y="770" as="geometry">
              <mxRectangle height="60" width="200" x="330" y="280" as="alternateBounds" />
            </mxGeometry>
          </mxCell>
        </UserObject>
        <mxCell id="BUdtJf7oYrrgdLHHiytK-403" parent="BUdtJf7oYrrgdLHHiytK-394" style="ellipse;whiteSpace=wrap;html=1;aspect=fixed;strokeColor=none;fillColor=light-dark(#FF3333,#FF3333);fontColor=#ffffff;fillStyle=auto;" value="" vertex="1">
          <mxGeometry height="20" width="20" x="20" y="80" as="geometry" />
        </mxCell>
        <mxCell id="BUdtJf7oYrrgdLHHiytK-404" parent="BUdtJf7oYrrgdLHHiytK-394" style="text;html=1;whiteSpace=wrap;strokeColor=none;fillColor=none;align=left;verticalAlign=middle;rounded=0;fontStyle=1" value="HDMI" vertex="1">
          <mxGeometry height="10" width="50" x="50" y="85" as="geometry" />
        </mxCell>
        <mxCell id="BUdtJf7oYrrgdLHHiytK-405" parent="BUdtJf7oYrrgdLHHiytK-394" style="verticalLabelPosition=bottom;html=1;verticalAlign=top;align=center;strokeColor=default;fillColor=none;shape=mxgraph.azure.computer;pointerEvents=1;fontFamily=Helvetica;fontSize=11;fontColor=default;labelBackgroundColor=default;strokeWidth=2;" value="" vertex="1">
          <mxGeometry height="45" width="50" x="180" y="8" as="geometry" />
        </mxCell>
        <mxCell id="BUdtJf7oYrrgdLHHiytK-406" edge="1" parent="1" source="BUdtJf7oYrrgdLHHiytK-285" style="edgeStyle=orthogonalEdgeStyle;shape=connector;rounded=0;orthogonalLoop=1;jettySize=auto;html=1;entryX=0;entryY=0.5;entryDx=0;entryDy=0;strokeColor=default;strokeWidth=2;align=center;verticalAlign=middle;fontFamily=Helvetica;fontSize=14;fontColor=default;labelBackgroundColor=default;resizable=0;endArrow=classic;endFill=1;" target="BUdtJf7oYrrgdLHHiytK-403">
          <mxGeometry relative="1" as="geometry" />
        </mxCell>
        <mxCell id="BUdtJf7oYrrgdLHHiytK-407" edge="1" parent="1" source="BUdtJf7oYrrgdLHHiytK-340" style="edgeStyle=orthogonalEdgeStyle;shape=connector;rounded=0;orthogonalLoop=1;jettySize=auto;html=1;entryX=0.5;entryY=1;entryDx=0;entryDy=0;strokeColor=default;strokeWidth=2;align=center;verticalAlign=middle;fontFamily=Helvetica;fontSize=14;fontColor=default;labelBackgroundColor=default;resizable=0;endArrow=classic;endFill=1;" target="BUdtJf7oYrrgdLHHiytK-195">
          <mxGeometry relative="1" as="geometry" />
        </mxCell>
        <mxCell id="BUdtJf7oYrrgdLHHiytK-408" edge="1" parent="1" source="BUdtJf7oYrrgdLHHiytK-341" style="edgeStyle=orthogonalEdgeStyle;shape=connector;rounded=0;orthogonalLoop=1;jettySize=auto;html=1;entryX=0.5;entryY=1;entryDx=0;entryDy=0;strokeColor=default;strokeWidth=2;align=center;verticalAlign=middle;fontFamily=Helvetica;fontSize=14;fontColor=default;labelBackgroundColor=default;resizable=0;endArrow=classic;endFill=1;" target="BUdtJf7oYrrgdLHHiytK-390">
          <mxGeometry relative="1" as="geometry" />
        </mxCell>
        <UserObject label="&lt;div&gt;HP Monitor&lt;/div&gt;&lt;div&gt;&lt;span style=&quot;font-weight: normal;&quot;&gt;Mac mini desktop&lt;/span&gt;&lt;/div&gt;" id="BUdtJf7oYrrgdLHHiytK-414">
          <mxCell parent="1" style="swimlane;whiteSpace=wrap;html=1;startSize=60;perimeterSpacing=0;rounded=1;arcSize=6;align=left;spacingLeft=6;swimlaneFillColor=default;strokeWidth=2;fontSize=14;" vertex="1">
            <mxGeometry height="120" width="240" x="1940" y="240" as="geometry">
              <mxRectangle height="60" width="200" x="330" y="280" as="alternateBounds" />
            </mxGeometry>
          </mxCell>
        </UserObject>
        <mxCell id="BUdtJf7oYrrgdLHHiytK-415" parent="BUdtJf7oYrrgdLHHiytK-414" style="ellipse;whiteSpace=wrap;html=1;aspect=fixed;strokeColor=none;fillColor=light-dark(#FF3333,#FF3333);fontColor=#ffffff;fillStyle=auto;" value="" vertex="1">
          <mxGeometry height="20" width="20" x="20" y="80" as="geometry" />
        </mxCell>
        <mxCell id="BUdtJf7oYrrgdLHHiytK-416" parent="BUdtJf7oYrrgdLHHiytK-414" style="text;html=1;whiteSpace=wrap;strokeColor=none;fillColor=none;align=left;verticalAlign=middle;rounded=0;fontStyle=1" value="HDMI" vertex="1">
          <mxGeometry height="10" width="50" x="50" y="85" as="geometry" />
        </mxCell>
        <mxCell id="BUdtJf7oYrrgdLHHiytK-417" parent="BUdtJf7oYrrgdLHHiytK-414" style="verticalLabelPosition=bottom;html=1;verticalAlign=top;align=center;strokeColor=default;fillColor=none;shape=mxgraph.azure.computer;pointerEvents=1;fontFamily=Helvetica;fontSize=11;fontColor=default;labelBackgroundColor=default;strokeWidth=2;" value="" vertex="1">
          <mxGeometry height="45" width="50" x="180" y="8" as="geometry" />
        </mxCell>
        <mxCell id="BUdtJf7oYrrgdLHHiytK-418" edge="1" parent="1" source="BUdtJf7oYrrgdLHHiytK-357" style="edgeStyle=orthogonalEdgeStyle;shape=connector;rounded=0;orthogonalLoop=1;jettySize=auto;html=1;entryX=0;entryY=0.5;entryDx=0;entryDy=0;strokeColor=default;strokeWidth=2;align=center;verticalAlign=middle;fontFamily=Helvetica;fontSize=14;fontColor=default;labelBackgroundColor=default;resizable=0;endArrow=classic;endFill=1;" target="BUdtJf7oYrrgdLHHiytK-415">
          <mxGeometry relative="1" as="geometry" />
        </mxCell>
        <UserObject label="&lt;div&gt;IKAN Monitor&lt;/div&gt;&lt;div&gt;&lt;span style=&quot;font-weight: normal;&quot;&gt;Teleprompter&lt;/span&gt;&lt;/div&gt;" id="BUdtJf7oYrrgdLHHiytK-419">
          <mxCell parent="1" style="swimlane;whiteSpace=wrap;html=1;startSize=60;perimeterSpacing=0;rounded=1;arcSize=6;align=left;spacingLeft=6;swimlaneFillColor=default;strokeWidth=2;fontSize=14;" vertex="1">
            <mxGeometry height="120" width="240" x="1940" y="400" as="geometry">
              <mxRectangle height="60" width="200" x="330" y="280" as="alternateBounds" />
            </mxGeometry>
          </mxCell>
        </UserObject>
        <mxCell id="BUdtJf7oYrrgdLHHiytK-420" parent="BUdtJf7oYrrgdLHHiytK-419" style="ellipse;whiteSpace=wrap;html=1;aspect=fixed;strokeColor=none;fillColor=light-dark(#FF3333,#FF3333);fontColor=#ffffff;fillStyle=auto;" value="" vertex="1">
          <mxGeometry height="20" width="20" x="20" y="80" as="geometry" />
        </mxCell>
        <mxCell id="BUdtJf7oYrrgdLHHiytK-421" parent="BUdtJf7oYrrgdLHHiytK-419" style="text;html=1;whiteSpace=wrap;strokeColor=none;fillColor=none;align=left;verticalAlign=middle;rounded=0;fontStyle=1" value="HDMI" vertex="1">
          <mxGeometry height="10" width="50" x="50" y="85" as="geometry" />
        </mxCell>
        <mxCell id="BUdtJf7oYrrgdLHHiytK-422" parent="BUdtJf7oYrrgdLHHiytK-419" style="verticalLabelPosition=bottom;html=1;verticalAlign=top;align=center;strokeColor=default;fillColor=none;shape=mxgraph.azure.computer;pointerEvents=1;fontFamily=Helvetica;fontSize=11;fontColor=default;labelBackgroundColor=default;strokeWidth=2;" value="" vertex="1">
          <mxGeometry height="45" width="50" x="180" y="8" as="geometry" />
        </mxCell>
        <mxCell id="BUdtJf7oYrrgdLHHiytK-423" edge="1" parent="1" source="BUdtJf7oYrrgdLHHiytK-358" style="edgeStyle=orthogonalEdgeStyle;shape=connector;rounded=0;orthogonalLoop=1;jettySize=auto;html=1;entryX=0;entryY=0.5;entryDx=0;entryDy=0;strokeColor=default;strokeWidth=2;align=center;verticalAlign=middle;fontFamily=Helvetica;fontSize=14;fontColor=default;labelBackgroundColor=default;resizable=0;endArrow=classic;endFill=1;" target="BUdtJf7oYrrgdLHHiytK-420">
          <mxGeometry relative="1" as="geometry" />
        </mxCell>
      </root>
    </mxGraphModel>
  </diagram>
</mxfile>
